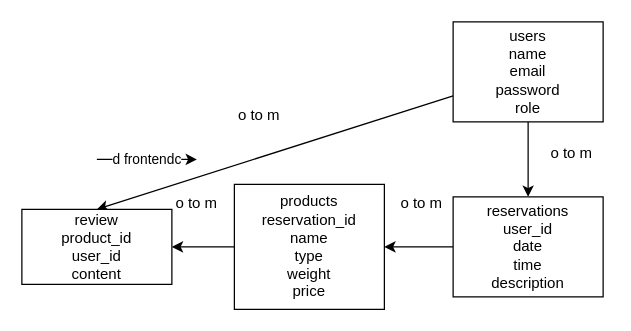
Earlier version of the draw.io diagram capstone.drawio (SimoCrisce/capstone-project). Source tidied: cells renumbered, new cells numbered last; positions are measured from the earlier drawing's top-left corner, leaving out a move shared by most shapes. Both pictures are drawn from the tidied source at 125%, with x=0, y=0 at pixel (21, 21).
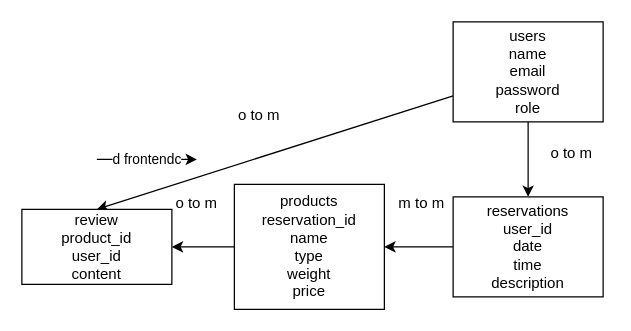
The same page after the edit.

Diff of the diagram source:
```diff
@@
 <mxGraphModel>
   <root>
     <mxCell id="0" />
     <mxCell id="1" parent="0" />
     <mxCell id="2" style="edgeStyle=none;html=1;entryX=0.5;entryY=0;entryDx=0;entryDy=0;" parent="1" edge="1" source="4" target="9">
       <mxGeometry relative="1" as="geometry" />
     </mxCell>
     <mxCell id="3" style="edgeStyle=none;html=1;entryX=0.5;entryY=0;entryDx=0;entryDy=0;" parent="1" edge="1" source="4" target="7">
       <mxGeometry relative="1" as="geometry" />
     </mxCell>
     <mxCell id="4" value="users&lt;br&gt;name&lt;br&gt;email&lt;br&gt;password&lt;br&gt;role" style="whiteSpace=wrap;html=1;" parent="1" vertex="1">
       <mxGeometry x="345" width="120" height="80" as="geometry" />
     </mxCell>
     <mxCell id="5" style="edgeStyle=none;html=1;" parent="1" edge="1" source="6" target="7">
       <mxGeometry relative="1" as="geometry" />
     </mxCell>
     <mxCell id="6" value="products&lt;br&gt;reservation_id&lt;br&gt;name&lt;br&gt;type&lt;br&gt;weight&lt;br&gt;price" style="whiteSpace=wrap;html=1;" parent="1" vertex="1">
       <mxGeometry x="170" y="130" width="120" height="100" as="geometry" />
     </mxCell>
     <mxCell id="7" value="review&lt;br&gt;product_id&lt;br&gt;user_id&lt;br&gt;content" style="whiteSpace=wrap;html=1;" parent="1" vertex="1">
       <mxGeometry y="150" width="120" height="60" as="geometry" />
     </mxCell>
     <mxCell id="8" style="edgeStyle=none;html=1;" parent="1" edge="1" source="9" target="6">
       <mxGeometry relative="1" as="geometry" />
     </mxCell>
     <mxCell id="9" value="reservations&lt;br&gt;user_id&lt;br&gt;date&lt;br&gt;time&lt;br&gt;description" style="whiteSpace=wrap;html=1;" parent="1" vertex="1">
       <mxGeometry x="345" y="140" width="120" height="80" as="geometry" />
     </mxCell>
     <mxCell id="10" value="o to m" style="text;strokeColor=none;align=center;fillColor=none;html=1;verticalAlign=middle;whiteSpace=wrap;rounded=0;" parent="1" vertex="1">
       <mxGeometry x="410" y="90" width="60" height="30" as="geometry" />
     </mxCell>
-    <mxCell id="11" value="o to m" style="text;strokeColor=none;align=center;fillColor=none;html=1;verticalAlign=middle;whiteSpace=wrap;rounded=0;" parent="1" vertex="1">
+    <mxCell id="11" value="m to m" style="text;strokeColor=none;align=center;fillColor=none;html=1;verticalAlign=middle;whiteSpace=wrap;rounded=0;" parent="1" vertex="1">
       <mxGeometry x="290" y="130" width="60" height="30" as="geometry" />
     </mxCell>
     <mxCell id="12" value="o to m" style="text;strokeColor=none;align=center;fillColor=none;html=1;verticalAlign=middle;whiteSpace=wrap;rounded=0;" parent="1" vertex="1">
       <mxGeometry x="110" y="130" width="60" height="30" as="geometry" />
     </mxCell>
     <mxCell id="13" value="o to m" style="text;strokeColor=none;align=center;fillColor=none;html=1;verticalAlign=middle;whiteSpace=wrap;rounded=0;" parent="1" vertex="1">
       <mxGeometry x="160" y="60" width="60" height="30" as="geometry" />
     </mxCell>
     <mxCell id="14" value="d frontendc" style="edgeStyle=none;orthogonalLoop=1;jettySize=auto;html=1;" parent="1" edge="1">
       <mxGeometry relative="1" as="geometry">
         <mxPoint x="60" y="110" as="sourcePoint" />
         <mxPoint x="140" y="110" as="targetPoint" />
       </mxGeometry>
     </mxCell>
   </root>
 </mxGraphModel>
```
